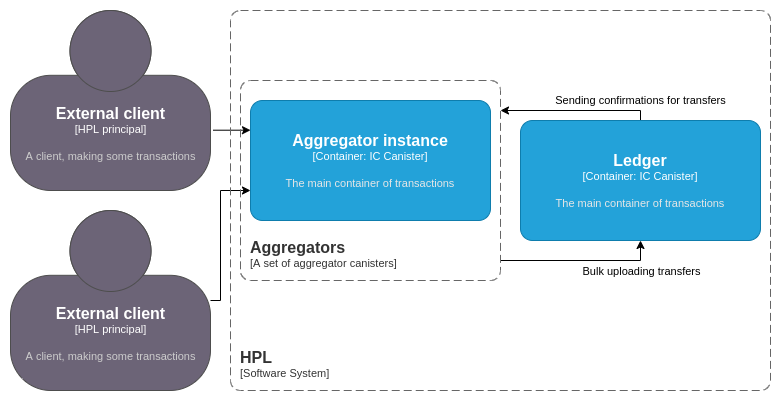
Earlier version of the draw.io export .github/assets/container.drawio.png (research-ag/hpl). Source tidied: cells renumbered, new cells last; positions are measured from the earlier drawing's top-left corner, leaving out a move shared by most shapes.
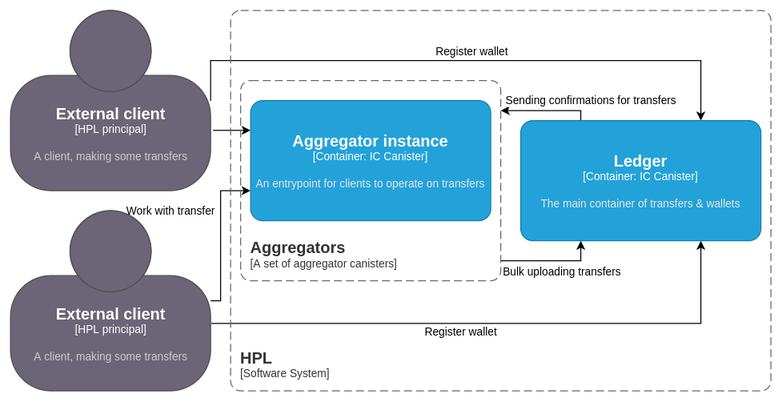
After the change.

Change to the diagram source:
```diff
@@ -7,21 +7,38 @@
         <mxPoint x="20" y="-20" as="offset" />
       </mxGeometry>
     </mxCell>
+    <mxCell id="13" style="edgeStyle=orthogonalEdgeStyle;rounded=0;jettySize=auto;html=1;entryX=0.75;entryY=0;entryDx=0;entryDy=0;entryPerimeter=0;exitX=1;exitY=0.5;exitDx=0;exitDy=0;exitPerimeter=0;" parent="1" edge="1" source="3" target="8">
+      <mxGeometry relative="1" as="geometry">
+        <Array as="points">
+          <mxPoint x="200" y="50" />
+          <mxPoint x="690" y="50" />
+        </Array>
+      </mxGeometry>
+    </mxCell>
+    <mxCell id="14" value="Register wallet" style="edgeLabel;html=1;align=center;verticalAlign=middle;" parent="13" vertex="1">
+      <mxGeometry x="0.02" relative="1" as="geometry">
+        <mxPoint y="-10" as="offset" />
+      </mxGeometry>
+    </mxCell>
-    <object id="3" label="&lt;font style=&quot;font-size: 16px&quot;&gt;&lt;b&gt;%c4Name%&lt;/b&gt;&lt;/font&gt;&lt;div&gt;[%c4Type%]&lt;/div&gt;&lt;br&gt;&lt;div&gt;&lt;font style=&quot;font-size: 11px&quot;&gt;&lt;font color=&quot;#cccccc&quot;&gt;%c4Description%&lt;/font&gt;&lt;/div&gt;" c4Description="A client, making some transactions" c4Name="External client" c4Type="HPL principal" placeholders="1">
+    <object id="3" label="&lt;font style=&quot;font-size: 16px&quot;&gt;&lt;b&gt;%c4Name%&lt;/b&gt;&lt;/font&gt;&lt;div&gt;[%c4Type%]&lt;/div&gt;&lt;br&gt;&lt;div&gt;&lt;font style=&quot;font-size: 11px&quot;&gt;&lt;font color=&quot;#cccccc&quot;&gt;%c4Description%&lt;/font&gt;&lt;/div&gt;" c4Description="A client, making some transfers" c4Name="External client" c4Type="HPL principal" placeholders="1">
       <mxCell style="html=1;fontSize=11;dashed=0;whitespace=wrap;fillColor=#6C6477;strokeColor=#4D4D4D;fontColor=#ffffff;shape=mxgraph.c4.person2;align=center;points=[[0.5,0,0],[1,0.5,0],[1,0.75,0],[0.75,1,0],[0.5,1,0],[0.25,1,0],[0,0.75,0],[0,0.5,0]];" parent="1" vertex="1">
         <mxGeometry width="200" height="180" as="geometry" />
       </mxCell>
     </object>
-    <mxCell id="4" style="edgeStyle=orthogonalEdgeStyle;rounded=0;jettySize=auto;html=1;entryX=0;entryY=0.75;entryDx=0;entryDy=0;entryPerimeter=0;exitX=1;exitY=0.5;exitDx=0;exitDy=0;exitPerimeter=0;" parent="1" edge="1" source="5" target="11">
-      <mxGeometry x="0.22" y="-20" relative="1" as="geometry">
+    <mxCell id="4" value="Work with transfer" style="edgeStyle=orthogonalEdgeStyle;rounded=0;jettySize=auto;html=1;entryX=0;entryY=0.75;entryDx=0;entryDy=0;entryPerimeter=0;exitX=1;exitY=0.5;exitDx=0;exitDy=0;exitPerimeter=0;" parent="1" edge="1" source="5" target="11">
+      <mxGeometry x="0.33" y="50" relative="1" as="geometry">
         <Array as="points">
           <mxPoint x="210" y="290" />
           <mxPoint x="210" y="180" />
         </Array>
-        <mxPoint x="-20" y="20" as="offset" />
       </mxGeometry>
     </mxCell>
+    <mxCell id="15" value="Register wallet" style="edgeStyle=orthogonalEdgeStyle;rounded=0;jettySize=auto;html=1;entryX=0.75;entryY=1;entryDx=0;entryDy=0;entryPerimeter=0;exitX=1.004;exitY=0.625;exitDx=0;exitDy=0;exitPerimeter=0;" parent="1" edge="1" source="5" target="8">
+      <mxGeometry x="-0.13" y="-7" relative="1" as="geometry">
+        <mxPoint y="1" as="offset" />
+      </mxGeometry>
+    </mxCell>
-    <object id="5" label="&lt;font style=&quot;font-size: 16px&quot;&gt;&lt;b&gt;%c4Name%&lt;/b&gt;&lt;/font&gt;&lt;div&gt;[%c4Type%]&lt;/div&gt;&lt;br&gt;&lt;div&gt;&lt;font style=&quot;font-size: 11px&quot;&gt;&lt;font color=&quot;#cccccc&quot;&gt;%c4Description%&lt;/font&gt;&lt;/div&gt;" c4Description="A client, making some transactions" c4Name="External client" c4Type="HPL principal" placeholders="1">
+    <object id="5" label="&lt;font style=&quot;font-size: 16px&quot;&gt;&lt;b&gt;%c4Name%&lt;/b&gt;&lt;/font&gt;&lt;div&gt;[%c4Type%]&lt;/div&gt;&lt;br&gt;&lt;div&gt;&lt;font style=&quot;font-size: 11px&quot;&gt;&lt;font color=&quot;#cccccc&quot;&gt;%c4Description%&lt;/font&gt;&lt;/div&gt;" c4Description="A client, making some transfers" c4Name="External client" c4Type="HPL principal" placeholders="1">
       <mxCell style="html=1;fontSize=11;dashed=0;whitespace=wrap;fillColor=#6C6477;strokeColor=#4D4D4D;fontColor=#ffffff;shape=mxgraph.c4.person2;align=center;points=[[0.5,0,0],[1,0.5,0],[1,0.75,0],[0.75,1,0],[0.5,1,0],[0.25,1,0],[0,0.75,0],[0,0.5,0]];" parent="1" vertex="1">
         <mxGeometry y="200" width="200" height="180" as="geometry" />
       </mxCell>
@@ -31,30 +48,31 @@
         <mxGeometry x="220" width="540" height="380" as="geometry" />
       </mxCell>
     </object>
-    <mxCell id="7" value="Sending confirmations for transfers" style="edgeStyle=orthogonalEdgeStyle;rounded=0;jettySize=auto;html=1;exitX=0.5;exitY=0;exitDx=0;exitDy=0;exitPerimeter=0;" parent="1" edge="1" source="8">
-      <mxGeometry x="-0.87" y="-10" relative="1" as="geometry">
+    <mxCell id="7" value="Sending confirmations for transfers" style="edgeStyle=orthogonalEdgeStyle;rounded=0;jettySize=auto;html=1;exitX=0.25;exitY=0;exitDx=0;exitDy=0;exitPerimeter=0;" parent="1" edge="1" source="8">
+      <mxGeometry x="-0.78" y="-14" relative="1" as="geometry">
         <mxPoint x="490" y="100" as="targetPoint" />
         <Array as="points">
-          <mxPoint x="630" y="100" />
+          <mxPoint x="570" y="100" />
         </Array>
+        <mxPoint x="10" y="4" as="offset" />
       </mxGeometry>
     </mxCell>
-    <object id="8" label="&lt;font style=&quot;font-size: 16px&quot;&gt;&lt;b&gt;%c4Name%&lt;/b&gt;&lt;/font&gt;&lt;div&gt;[%c4Type%: %c4Technology%]&lt;/div&gt;&lt;br&gt;&lt;div&gt;&lt;font style=&quot;font-size: 11px&quot;&gt;&lt;font color=&quot;#E6E6E6&quot;&gt;%c4Description%&lt;/font&gt;&lt;/div&gt;" c4Description="The main container of transactions" c4Name="Ledger" c4Technology="IC Canister" c4Type="Container" placeholders="1">
+    <object id="8" label="&lt;font style=&quot;font-size: 16px&quot;&gt;&lt;b&gt;%c4Name%&lt;/b&gt;&lt;/font&gt;&lt;div&gt;[%c4Type%: %c4Technology%]&lt;/div&gt;&lt;br&gt;&lt;div&gt;&lt;font style=&quot;font-size: 11px&quot;&gt;&lt;font color=&quot;#E6E6E6&quot;&gt;%c4Description%&lt;/font&gt;&lt;/div&gt;" c4Description="The main container of transfers &amp; wallets" c4Name="Ledger" c4Technology="IC Canister" c4Type="Container" placeholders="1">
       <mxCell style="rounded=1;whiteSpace=wrap;html=1;fontSize=11;labelBackgroundColor=none;fillColor=#23A2D9;fontColor=#ffffff;align=center;arcSize=10;strokeColor=#0E7DAD;points=[[0.25,0,0],[0.5,0,0],[0.75,0,0],[1,0.25,0],[1,0.5,0],[1,0.75,0],[0.75,1,0],[0.5,1,0],[0.25,1,0],[0,0.75,0],[0,0.5,0],[0,0.25,0]];" parent="1" vertex="1">
         <mxGeometry x="510" y="110" width="240" height="120" as="geometry" />
       </mxCell>
     </object>
-    <mxCell id="9" style="edgeStyle=orthogonalEdgeStyle;rounded=0;jettySize=auto;html=1;entryX=0.5;entryY=1;entryDx=0;entryDy=0;entryPerimeter=0;" parent="1" edge="1" target="8">
+    <mxCell id="9" style="edgeStyle=orthogonalEdgeStyle;rounded=0;jettySize=auto;html=1;entryX=0.25;entryY=1;entryDx=0;entryDy=0;entryPerimeter=0;" parent="1" edge="1" target="8">
       <mxGeometry relative="1" as="geometry">
         <mxPoint x="490" y="250" as="sourcePoint" />
       </mxGeometry>
     </mxCell>
     <mxCell id="10" value="Bulk uploading transfers" style="edgeLabel;html=1;align=center;verticalAlign=middle;" parent="9" vertex="1">
       <mxGeometry x="-0.08" y="-3" relative="1" as="geometry">
-        <mxPoint x="67" y="7" as="offset" />
+        <mxPoint x="14" y="7" as="offset" />
       </mxGeometry>
     </mxCell>
-    <object id="11" label="&lt;font style=&quot;font-size: 16px&quot;&gt;&lt;b&gt;%c4Name%&lt;/b&gt;&lt;/font&gt;&lt;div&gt;[%c4Type%: %c4Technology%]&lt;/div&gt;&lt;br&gt;&lt;div&gt;&lt;font style=&quot;font-size: 11px&quot;&gt;&lt;font color=&quot;#E6E6E6&quot;&gt;%c4Description%&lt;/font&gt;&lt;/div&gt;" c4Description="The main container of transactions" c4Name="Aggregator instance" c4Technology="IC Canister" c4Type="Container" placeholders="1">
+    <object id="11" label="&lt;font style=&quot;font-size: 16px&quot;&gt;&lt;b&gt;%c4Name%&lt;/b&gt;&lt;/font&gt;&lt;div&gt;[%c4Type%: %c4Technology%]&lt;/div&gt;&lt;br&gt;&lt;div&gt;&lt;font style=&quot;font-size: 11px&quot;&gt;&lt;font color=&quot;#E6E6E6&quot;&gt;%c4Description%&lt;/font&gt;&lt;/div&gt;" c4Description="An entrypoint for clients to operate on transfers" c4Name="Aggregator instance" c4Technology="IC Canister" c4Type="Container" placeholders="1">
       <mxCell style="rounded=1;whiteSpace=wrap;html=1;fontSize=11;labelBackgroundColor=none;fillColor=#23A2D9;fontColor=#ffffff;align=center;arcSize=10;strokeColor=#0E7DAD;points=[[0.25,0,0],[0.5,0,0],[0.75,0,0],[1,0.25,0],[1,0.5,0],[1,0.75,0],[0.75,1,0],[0.5,1,0],[0.25,1,0],[0,0.75,0],[0,0.5,0],[0,0.25,0]];" parent="1" vertex="1">
         <mxGeometry x="240" y="90" width="240" height="120" as="geometry" />
       </mxCell>
```
